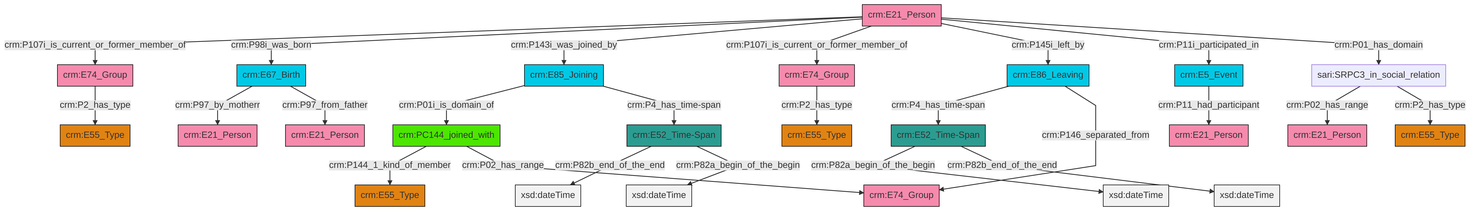
Above: et/personCSV/ttl/mmd/png/Person_Actor_Relations.png in swiss-art-research-net/docs.swissartresearch (Mermaid), before the change. Its source is kept beside it as et/personCSV/ttl/mmd/Person_Actor_Relations.ttl.mmd.
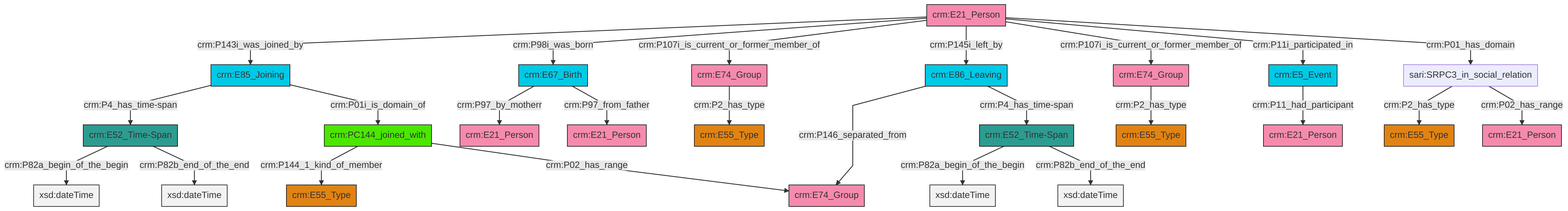
After the commit.

Diff of the diagram source:
```diff
@@ -13,27 +13,27 @@
 classDef PC_Classes fill:#4ce600, stroke:#000000;
 classDef Multi fill:#cccccc,stroke:#000000;
 
-0["sari:SRPC3_in_social_relation"]:::Default -->|crm:P02_has_range| 6["crm:E21_Person"]:::Actor
-9["crm:E52_Time-Span"]:::Time-Span -->|crm:P82b_end_of_the_end| 10[xsd:dateTime]:::Literal
-4["crm:E67_Birth"]:::Temporal_Entity -->|crm:P97_by_motherr| 18["crm:E21_Person"]:::Actor
-19["crm:E85_Joining"]:::Temporal_Entity -->|crm:P01i_is_domain_of| 20["crm:PC144_joined_with"]:::PC_Classes
-0["sari:SRPC3_in_social_relation"]:::Default -->|crm:P2_has_type| 7["crm:E55_Type"]:::Type
-31["crm:E21_Person"]:::Actor -->|crm:P107i_is_current_or_former_member_of| 26["crm:E74_Group"]:::Actor
-11["crm:E52_Time-Span"]:::Time-Span -->|crm:P82a_begin_of_the_begin| 32[xsd:dateTime]:::Literal
-31["crm:E21_Person"]:::Actor -->|crm:P98i_was_born| 4["crm:E67_Birth"]:::Temporal_Entity
-19["crm:E85_Joining"]:::Temporal_Entity -->|crm:P4_has_time-span| 9["crm:E52_Time-Span"]:::Time-Span
-20["crm:PC144_joined_with"]:::PC_Classes -->|crm:P144_1_kind_of_member| 13["crm:E55_Type"]:::Type
-9["crm:E52_Time-Span"]:::Time-Span -->|crm:P82a_begin_of_the_begin| 37[xsd:dateTime]:::Literal
-24["crm:E86_Leaving"]:::Temporal_Entity -->|crm:P4_has_time-span| 11["crm:E52_Time-Span"]:::Time-Span
-31["crm:E21_Person"]:::Actor -->|crm:P143i_was_joined_by| 19["crm:E85_Joining"]:::Temporal_Entity
-26["crm:E74_Group"]:::Actor -->|crm:P2_has_type| 15["crm:E55_Type"]:::Type
-24["crm:E86_Leaving"]:::Temporal_Entity -->|crm:P146_separated_from| 41["crm:E74_Group"]:::Actor
-11["crm:E52_Time-Span"]:::Time-Span -->|crm:P82b_end_of_the_end| 43[xsd:dateTime]:::Literal
-31["crm:E21_Person"]:::Actor -->|crm:P107i_is_current_or_former_member_of| 29["crm:E74_Group"]:::Actor
-29["crm:E74_Group"]:::Actor -->|crm:P2_has_type| 22["crm:E55_Type"]:::Type
-31["crm:E21_Person"]:::Actor -->|crm:P145i_left_by| 24["crm:E86_Leaving"]:::Temporal_Entity
-4["crm:E67_Birth"]:::Temporal_Entity -->|crm:P97_from_father| 33["crm:E21_Person"]:::Actor
-31["crm:E21_Person"]:::Actor -->|crm:P11i_participated_in| 2["crm:E5_Event"]:::Temporal_Entity
-31["crm:E21_Person"]:::Actor -->|crm:P01_has_domain| 0["sari:SRPC3_in_social_relation"]:::Default
-20["crm:PC144_joined_with"]:::PC_Classes -->|crm:P02_has_range| 41["crm:E74_Group"]:::Actor
-2["crm:E5_Event"]:::Temporal_Entity -->|crm:P11_had_participant| 39["crm:E21_Person"]:::Actor
+10["crm:E67_Birth"]:::Temporal_Entity -->|crm:P97_by_motherr| 11["crm:E21_Person"]:::Actor
+12["crm:E52_Time-Span"]:::Time-Span -->|crm:P82a_begin_of_the_begin| 13[xsd:dateTime]:::Literal
+14["crm:E21_Person"]:::Actor -->|crm:P143i_was_joined_by| 4["crm:E85_Joining"]:::Temporal_Entity
+14["crm:E21_Person"]:::Actor -->|crm:P98i_was_born| 10["crm:E67_Birth"]:::Temporal_Entity
+17["crm:E74_Group"]:::Actor -->|crm:P2_has_type| 18["crm:E55_Type"]:::Type
+20["crm:E5_Event"]:::Temporal_Entity -->|crm:P11_had_participant| 21["crm:E21_Person"]:::Actor
+15["crm:PC144_joined_with"]:::PC_Classes -->|crm:P144_1_kind_of_member| 0["crm:E55_Type"]:::Type
+14["crm:E21_Person"]:::Actor -->|crm:P107i_is_current_or_former_member_of| 17["crm:E74_Group"]:::Actor
+14["crm:E21_Person"]:::Actor -->|crm:P145i_left_by| 6["crm:E86_Leaving"]:::Temporal_Entity
+14["crm:E21_Person"]:::Actor -->|crm:P107i_is_current_or_former_member_of| 8["crm:E74_Group"]:::Actor
+26["crm:E52_Time-Span"]:::Time-Span -->|crm:P82a_begin_of_the_begin| 27[xsd:dateTime]:::Literal
+6["crm:E86_Leaving"]:::Temporal_Entity -->|crm:P146_separated_from| 28["crm:E74_Group"]:::Actor
+12["crm:E52_Time-Span"]:::Time-Span -->|crm:P82b_end_of_the_end| 29[xsd:dateTime]:::Literal
+10["crm:E67_Birth"]:::Temporal_Entity -->|crm:P97_from_father| 30["crm:E21_Person"]:::Actor
+8["crm:E74_Group"]:::Actor -->|crm:P2_has_type| 31["crm:E55_Type"]:::Type
+6["crm:E86_Leaving"]:::Temporal_Entity -->|crm:P4_has_time-span| 12["crm:E52_Time-Span"]:::Time-Span
+22["sari:SRPC3_in_social_relation"]:::Default -->|crm:P2_has_type| 2["crm:E55_Type"]:::Type
+4["crm:E85_Joining"]:::Temporal_Entity -->|crm:P4_has_time-span| 26["crm:E52_Time-Span"]:::Time-Span
+14["crm:E21_Person"]:::Actor -->|crm:P11i_participated_in| 20["crm:E5_Event"]:::Temporal_Entity
+4["crm:E85_Joining"]:::Temporal_Entity -->|crm:P01i_is_domain_of| 15["crm:PC144_joined_with"]:::PC_Classes
+15["crm:PC144_joined_with"]:::PC_Classes -->|crm:P02_has_range| 28["crm:E74_Group"]:::Actor
+22["sari:SRPC3_in_social_relation"]:::Default -->|crm:P02_has_range| 24["crm:E21_Person"]:::Actor
+14["crm:E21_Person"]:::Actor -->|crm:P01_has_domain| 22["sari:SRPC3_in_social_relation"]:::Default
+26["crm:E52_Time-Span"]:::Time-Span -->|crm:P82b_end_of_the_end| 46[xsd:dateTime]:::Literal
```
